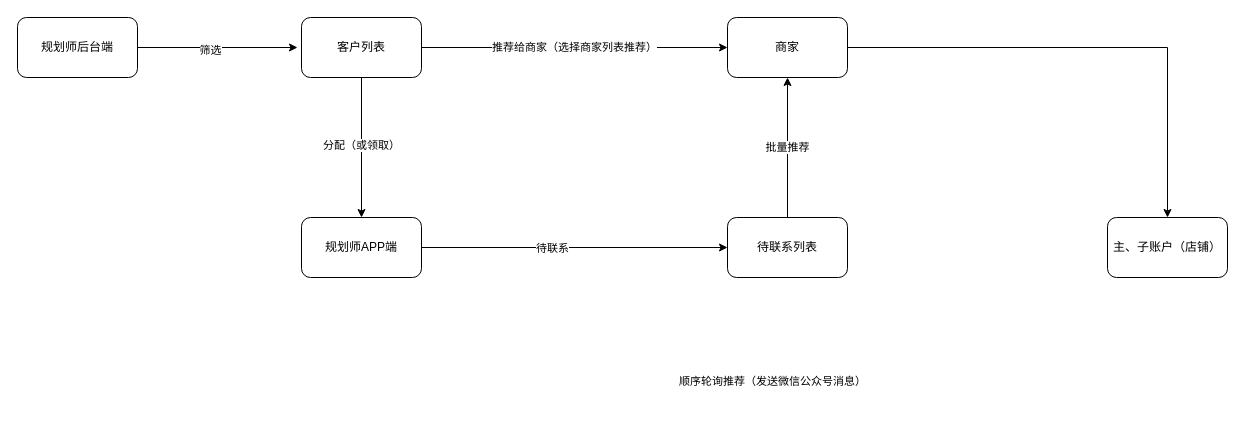
This is 婚奢汇业务流程图/推荐客资.drawio from YYB1024/myRemoteRepo, a draw.io file, before an edit. Source tidied: cells renumbered, new cells numbered last; positions are measured from the earlier drawing's top-left corner, leaving out a move shared by most shapes. Both pictures are drawn from the tidied source at 100%, with x=0, y=0 at pixel (17, 17).
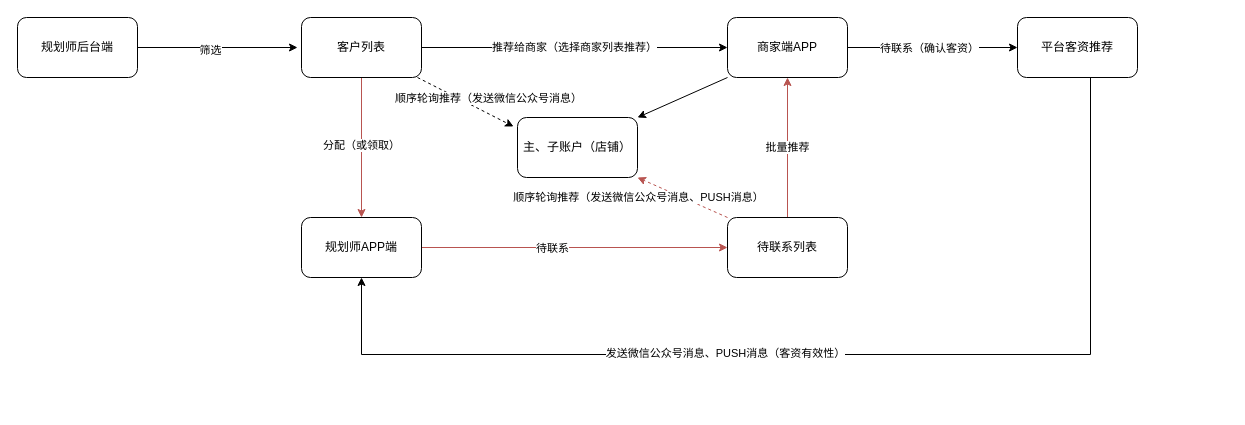
The same page after the edit.

Commit message:
更新推荐客资.drawio

Unchanged cells that the change refers to:
```xml
<mxCell id="7" value="规划师APP端" style="rounded=1;whiteSpace=wrap;html=1;" parent="1" vertex="1">
  <mxGeometry x="284" y="200" width="120" height="60" as="geometry" />
</mxCell>
<mxCell id="11" value="客户列表" style="rounded=1;whiteSpace=wrap;html=1;" parent="1" vertex="1">
  <mxGeometry x="284" width="120" height="60" as="geometry" />
</mxCell>
<mxCell id="16" value="待联系列表" style="whiteSpace=wrap;html=1;rounded=1;" parent="1" vertex="1">
  <mxGeometry x="710" y="200" width="120" height="60" as="geometry" />
</mxCell>
```

The edit, as a diff of the source:
```diff
@@
-    <mxCell id="5" style="edgeStyle=orthogonalEdgeStyle;rounded=0;jettySize=auto;html=1;" parent="1" edge="1" source="7" target="16">
+    <mxCell id="5" style="edgeStyle=orthogonalEdgeStyle;rounded=0;jettySize=auto;html=1;strokeColor=#b85450;fillColor=#f8cecc;" parent="1" edge="1" source="7" target="16">
       <mxGeometry relative="1" as="geometry" />
     </mxCell>
@@
-    <mxCell id="9" style="edgeStyle=orthogonalEdgeStyle;rounded=0;jettySize=auto;html=1;entryX=0.5;entryY=0;entryDx=0;entryDy=0;" parent="1" edge="1" source="11" target="7">
+    <mxCell id="9" style="edgeStyle=orthogonalEdgeStyle;rounded=0;jettySize=auto;html=1;entryX=0.5;entryY=0;entryDx=0;entryDy=0;strokeColor=#b85450;fillColor=#f8cecc;" parent="1" edge="1" source="11" target="7">
       <mxGeometry relative="1" as="geometry" />
     </mxCell>
@@
-    <mxCell id="12" style="edgeStyle=orthogonalEdgeStyle;rounded=0;jettySize=auto;html=1;" parent="1" edge="1" source="13" target="14">
-      <mxGeometry relative="1" as="geometry" />
-    </mxCell>
+    <mxCell id="18" style="edgeStyle=orthogonalEdgeStyle;rounded=0;jettySize=auto;html=1;" parent="1" edge="1" source="13" target="25">
+      <mxGeometry relative="1" as="geometry" />
+    </mxCell>
+    <mxCell id="19" value="待联系（确认客资）" style="edgeLabel;html=1;align=center;verticalAlign=middle;" parent="18" vertex="1">
+      <mxGeometry x="-0.51" y="1" relative="1" as="geometry">
+        <mxPoint x="39" y="1" as="offset" />
+      </mxGeometry>
+    </mxCell>
-    <mxCell id="13" value="商家" style="whiteSpace=wrap;html=1;rounded=1;" parent="1" vertex="1">
+    <mxCell id="13" value="商家端APP" style="whiteSpace=wrap;html=1;rounded=1;" parent="1" vertex="1">
       <mxGeometry x="710" width="120" height="60" as="geometry" />
     </mxCell>
     <mxCell id="14" value="主、子账户（店铺）" style="whiteSpace=wrap;html=1;rounded=1;" parent="1" vertex="1">
-      <mxGeometry x="1090" y="200" width="120" height="60" as="geometry" />
+      <mxGeometry x="500" y="100" width="120" height="60" as="geometry" />
     </mxCell>
-    <mxCell id="15" value="批量推荐" style="edgeStyle=orthogonalEdgeStyle;rounded=0;jettySize=auto;html=1;entryX=0.5;entryY=1;entryDx=0;entryDy=0;" parent="1" edge="1" source="16" target="13">
+    <mxCell id="15" value="批量推荐" style="edgeStyle=orthogonalEdgeStyle;rounded=0;jettySize=auto;html=1;entryX=0.5;entryY=1;entryDx=0;entryDy=0;strokeColor=#b85450;fillColor=#f8cecc;" parent="1" edge="1" source="16" target="13">
       <mxGeometry relative="1" as="geometry" />
     </mxCell>
@@
+    <mxCell id="20" style="endArrow=classic;html=1;rounded=0;entryX=-0.033;entryY=0.15;entryDx=0;entryDy=0;entryPerimeter=0;dashed=1;" parent="1" edge="1" target="14">
+      <mxGeometry relative="1" as="geometry">
+        <mxPoint x="400" y="60" as="sourcePoint" />
+      </mxGeometry>
+    </mxCell>
-    <mxCell id="17" value="&lt;span style=&quot;color: rgb(0, 0, 0); font-family: Helvetica; font-size: 11px; font-style: normal; font-variant-ligatures: normal; font-variant-caps: normal; font-weight: 400; letter-spacing: normal; orphans: 2; text-align: center; text-indent: 0px; text-transform: none; widows: 2; word-spacing: 0px; -webkit-text-stroke-width: 0px; background-color: rgb(255, 255, 255); text-decoration-thickness: initial; text-decoration-style: initial; text-decoration-color: initial; float: none; display: inline !important;&quot;&gt;顺序轮询推荐（发送微信公众号消息）&lt;/span&gt;" style="text;whiteSpace=wrap;html=1;" parent="1" vertex="1">
-      <mxGeometry x="660" y="350" width="240" height="40" as="geometry" />
+    <mxCell id="17" value="顺序轮询推荐（发送微信公众号消息）" style="edgeLabel;html=1;align=center;verticalAlign=middle;" parent="20" vertex="1">
+      <mxGeometry x="-0.47" y="1" relative="1" as="geometry">
+        <mxPoint x="44" y="8" as="offset" />
+      </mxGeometry>
     </mxCell>
+    <mxCell id="21" style="endArrow=classic;html=1;rounded=0;exitX=0;exitY=0;exitDx=0;exitDy=0;dashed=1;fillColor=#f8cecc;strokeColor=#b85450;" parent="1" edge="1" source="16">
+      <mxGeometry relative="1" as="geometry">
+        <mxPoint x="620" y="160" as="targetPoint" />
+      </mxGeometry>
+    </mxCell>
+    <mxCell id="22" value="顺序轮询推荐（发送微信公众号消息、PUSH消息）" style="edgeLabel;html=1;align=center;verticalAlign=middle;" parent="21" vertex="1">
+      <mxGeometry x="0.12" y="-1" relative="1" as="geometry">
+        <mxPoint x="-40" y="3" as="offset" />
+      </mxGeometry>
+    </mxCell>
+    <mxCell id="12" style="endArrow=classic;html=1;rounded=0;exitX=0;exitY=1;exitDx=0;exitDy=0;entryX=1;entryY=0;entryDx=0;entryDy=0;" parent="1" edge="1" source="13" target="14">
+      <mxGeometry relative="1" as="geometry" />
+    </mxCell>
+    <mxCell id="23" style="edgeStyle=orthogonalEdgeStyle;rounded=0;jettySize=auto;html=1;entryX=0.5;entryY=1;entryDx=0;entryDy=0;" parent="1" edge="1" source="25" target="7">
+      <mxGeometry relative="1" as="geometry">
+        <Array as="points">
+          <mxPoint x="1073" y="337" />
+          <mxPoint x="344" y="337" />
+        </Array>
+      </mxGeometry>
+    </mxCell>
+    <mxCell id="24" value="发送微信公众号消息、PUSH消息（客资有效性）" style="edgeLabel;html=1;align=center;verticalAlign=middle;" parent="23" vertex="1">
+      <mxGeometry x="0.21" y="-4" relative="1" as="geometry">
+        <mxPoint x="12" y="2" as="offset" />
+      </mxGeometry>
+    </mxCell>
+    <mxCell id="25" value="平台客资推荐" style="whiteSpace=wrap;html=1;rounded=1;" parent="1" vertex="1">
+      <mxGeometry x="1000" width="120" height="60" as="geometry" />
+    </mxCell>
```
